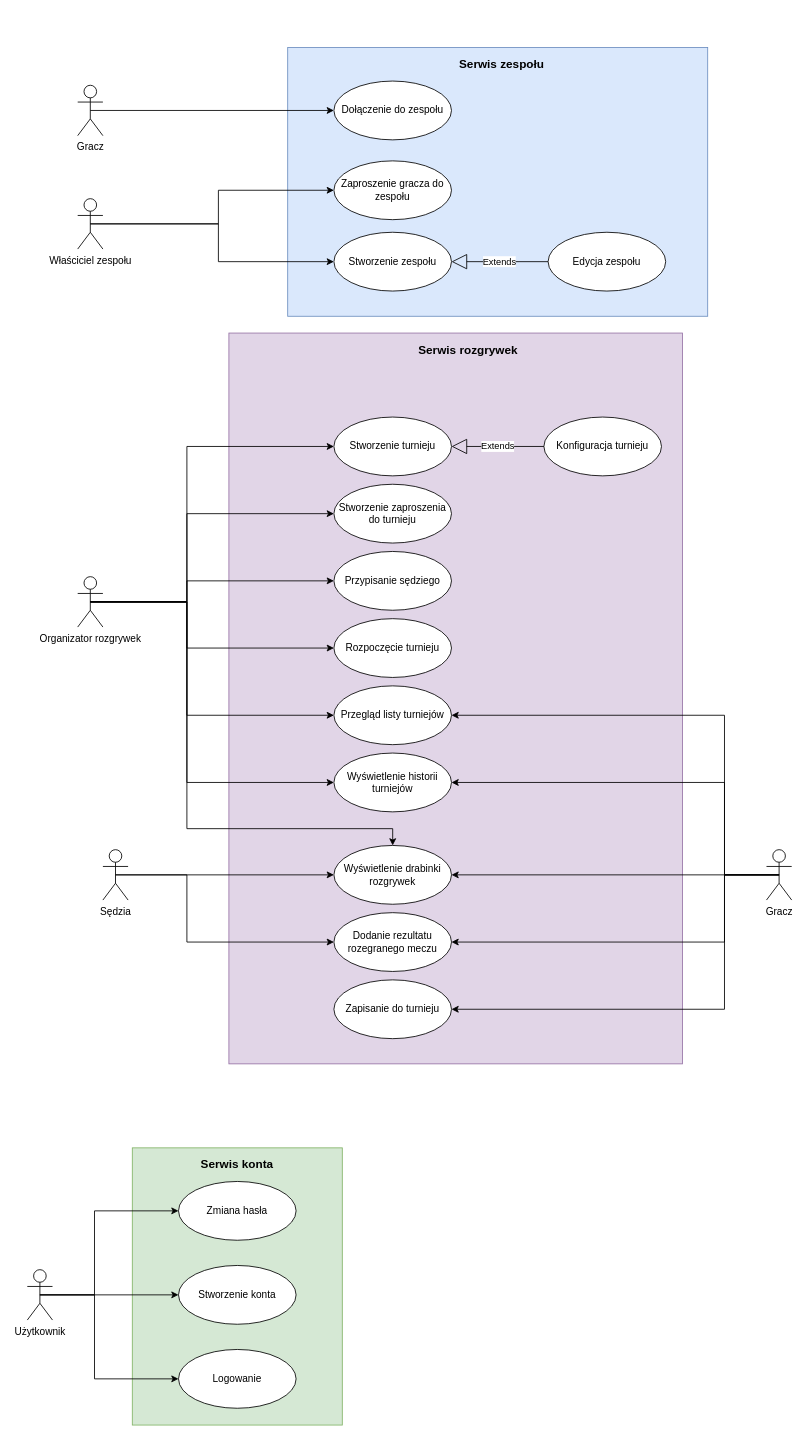
Above: page "Team Service" (1 of 3) of docs/use_cases.drawio in Amadeusz07/playprism (draw.io), before the change. Source tidied: cells renumbered, new cells numbered last; positions are measured from the earlier drawing's top-left corner, leaving out a move shared by most shapes. Both pictures are drawn from the tidied source at 84%, with x=0, y=0 at pixel (27, 47).
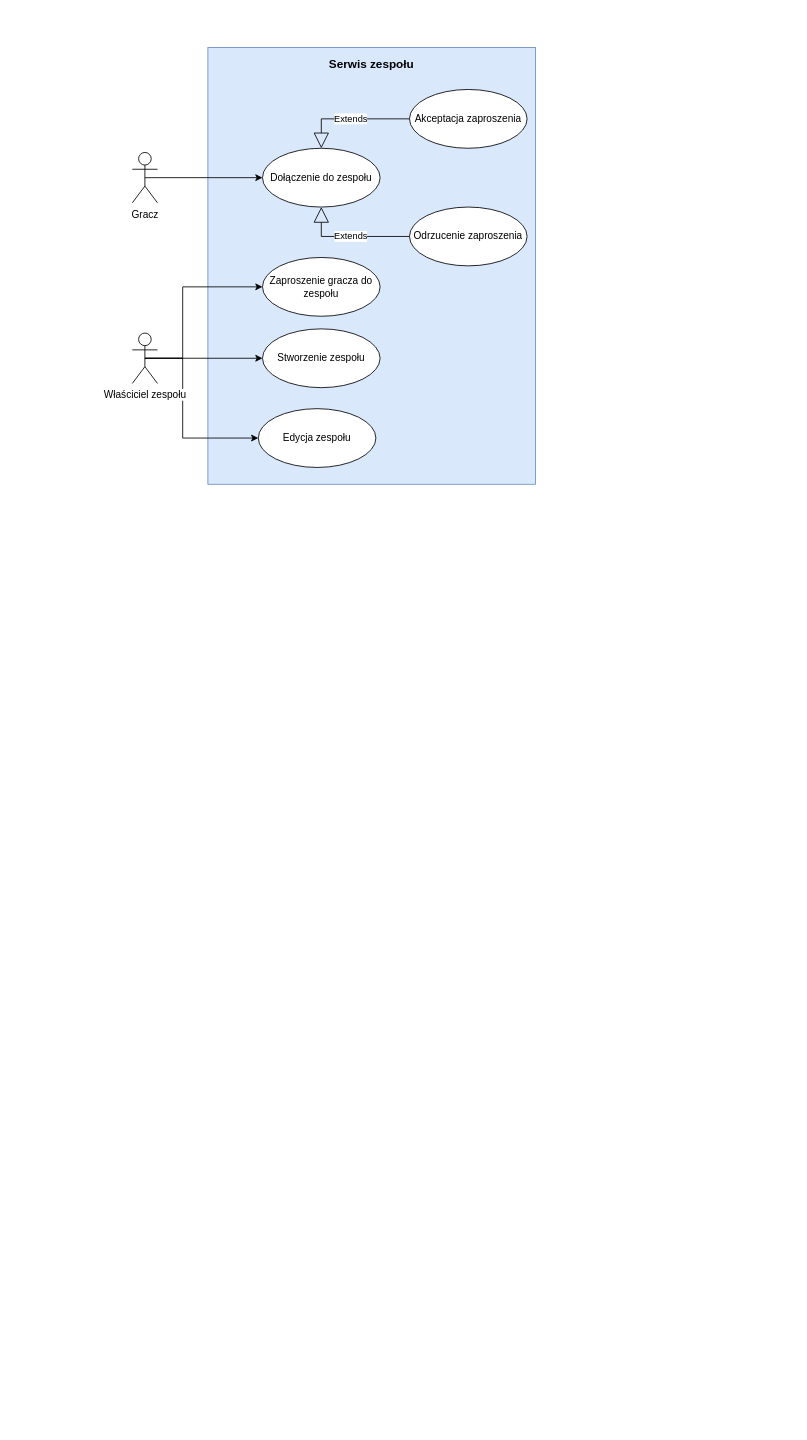
The same diagram, later.

The edit, as a diff of the source:
```diff
@@
-    <mxCell id="2" value="&lt;h2 style=&quot;line-height: 130% ; font-size: 12px&quot;&gt;&lt;br&gt;&lt;/h2&gt;" style="html=1;align=center;fillColor=#e1d5e7;strokeColor=#9673a6;horizontal=1;labelPosition=center;verticalLabelPosition=top;verticalAlign=bottom;fontSize=12;labelBackgroundColor=none;labelBorderColor=none;" parent="1" vertex="1">
-      <mxGeometry x="240" y="340" width="540" height="870" as="geometry" />
-    </mxCell>
-    <mxCell id="3" value="&lt;h3 style=&quot;line-height: 0%&quot;&gt;&lt;br&gt;&lt;/h3&gt;" style="html=1;align=right;fillColor=#d5e8d4;strokeColor=#82b366;imageVerticalAlign=top;rounded=0;" parent="1" vertex="1">
-      <mxGeometry x="125" y="1310" width="250" height="330" as="geometry" />
-    </mxCell>
     <mxCell id="4" value="&lt;h2 style=&quot;line-height: 130% ; font-size: 12px&quot;&gt;&lt;br&gt;&lt;/h2&gt;" style="html=1;align=center;fillColor=#dae8fc;strokeColor=#6c8ebf;horizontal=1;labelPosition=center;verticalLabelPosition=top;verticalAlign=bottom;fontSize=12;labelBackgroundColor=none;labelBorderColor=none;" parent="1" vertex="1">
-      <mxGeometry x="310" width="500" height="320" as="geometry" />
+      <mxGeometry x="215" width="390" height="520" as="geometry" />
     </mxCell>
@@
     <mxCell id="6" value="Gracz" style="shape=umlActor;verticalLabelPosition=bottom;labelBackgroundColor=#ffffff;verticalAlign=top;html=1;outlineConnect=0;" parent="1" vertex="1">
-      <mxGeometry x="60" y="45" width="30" height="60" as="geometry" />
+      <mxGeometry x="125" y="125" width="30" height="60" as="geometry" />
     </mxCell>
     <mxCell id="7" value="Dołączenie do zespołu" style="ellipse;whiteSpace=wrap;html=1;" parent="1" vertex="1">
-      <mxGeometry x="365" y="40" width="140" height="70" as="geometry" />
+      <mxGeometry x="280" y="120" width="140" height="70" as="geometry" />
     </mxCell>
     <mxCell id="8" value="Zaproszenie gracza do zespołu" style="ellipse;whiteSpace=wrap;html=1;" parent="1" vertex="1">
-      <mxGeometry x="365" y="135" width="140" height="70" as="geometry" />
+      <mxGeometry x="280" y="250" width="140" height="70" as="geometry" />
     </mxCell>
     <mxCell id="9" style="edgeStyle=orthogonalEdgeStyle;rounded=0;jettySize=auto;html=1;exitX=0.5;exitY=0.5;exitDx=0;exitDy=0;exitPerimeter=0;entryX=0;entryY=0.5;entryDx=0;entryDy=0;" parent="1" edge="1" source="11" target="8">
-      <mxGeometry relative="1" as="geometry" />
+      <mxGeometry relative="1" as="geometry">
+        <Array as="points">
+          <mxPoint x="185" y="370" />
+          <mxPoint x="185" y="285" />
+        </Array>
+      </mxGeometry>
     </mxCell>
     <mxCell id="10" style="edgeStyle=orthogonalEdgeStyle;rounded=0;jettySize=auto;html=1;exitX=0.5;exitY=0.5;exitDx=0;exitDy=0;exitPerimeter=0;entryX=0;entryY=0.5;entryDx=0;entryDy=0;" parent="1" edge="1" source="11" target="22">
-      <mxGeometry relative="1" as="geometry" />
+      <mxGeometry relative="1" as="geometry">
+        <Array as="points">
+          <mxPoint x="140" y="370" />
+          <mxPoint x="140" y="370" />
+        </Array>
+      </mxGeometry>
     </mxCell>
+    <mxCell id="53" style="edgeStyle=orthogonalEdgeStyle;rounded=0;jettySize=auto;html=1;exitX=0.5;exitY=0.5;exitDx=0;exitDy=0;exitPerimeter=0;entryX=0;entryY=0.5;entryDx=0;entryDy=0;" parent="1" edge="1" source="11" target="35">
+      <mxGeometry relative="1" as="geometry">
+        <Array as="points">
+          <mxPoint x="185" y="370" />
+          <mxPoint x="185" y="465" />
+        </Array>
+      </mxGeometry>
+    </mxCell>
     <mxCell id="11" value="Właściciel zespołu" style="shape=umlActor;verticalLabelPosition=bottom;labelBackgroundColor=#ffffff;verticalAlign=top;html=1;outlineConnect=0;" parent="1" vertex="1">
-      <mxGeometry x="60" y="180" width="30" height="60" as="geometry" />
+      <mxGeometry x="125" y="340" width="30" height="60" as="geometry" />
     </mxCell>
-    <mxCell id="12" style="edgeStyle=orthogonalEdgeStyle;rounded=0;jettySize=auto;html=1;exitX=0.5;exitY=0.5;exitDx=0;exitDy=0;exitPerimeter=0;entryX=0;entryY=0.5;entryDx=0;entryDy=0;" parent="1" edge="1" source="19" target="20">
-      <mxGeometry relative="1" as="geometry">
-        <Array as="points">
-          <mxPoint x="190" y="660" />
-          <mxPoint x="190" y="475" />
-        </Array>
-      </mxGeometry>
-    </mxCell>
-    <mxCell id="13" style="edgeStyle=orthogonalEdgeStyle;rounded=0;jettySize=auto;html=1;exitX=0.5;exitY=0.5;exitDx=0;exitDy=0;exitPerimeter=0;entryX=0;entryY=0.5;entryDx=0;entryDy=0;fontSize=14;" parent="1" edge="1" source="19" target="27">
-      <mxGeometry relative="1" as="geometry">
-        <Array as="points">
-          <mxPoint x="190" y="660" />
-          <mxPoint x="190" y="555" />
-        </Array>
-      </mxGeometry>
-    </mxCell>
-    <mxCell id="14" style="edgeStyle=orthogonalEdgeStyle;rounded=0;jettySize=auto;html=1;exitX=0.5;exitY=0.5;exitDx=0;exitDy=0;exitPerimeter=0;entryX=0;entryY=0.5;entryDx=0;entryDy=0;fontSize=14;" parent="1" edge="1" source="19" target="29">
-      <mxGeometry relative="1" as="geometry">
-        <Array as="points">
-          <mxPoint x="190" y="660" />
-          <mxPoint x="190" y="635" />
-        </Array>
-      </mxGeometry>
-    </mxCell>
-    <mxCell id="15" style="edgeStyle=orthogonalEdgeStyle;rounded=0;jettySize=auto;html=1;exitX=0.5;exitY=0.5;exitDx=0;exitDy=0;exitPerimeter=0;entryX=0;entryY=0.5;entryDx=0;entryDy=0;fontSize=14;" parent="1" edge="1" source="19" target="51">
-      <mxGeometry relative="1" as="geometry">
-        <Array as="points">
-          <mxPoint x="190" y="660" />
-          <mxPoint x="190" y="715" />
-        </Array>
-      </mxGeometry>
-    </mxCell>
-    <mxCell id="16" style="edgeStyle=orthogonalEdgeStyle;rounded=0;jettySize=auto;html=1;exitX=0.5;exitY=0.5;exitDx=0;exitDy=0;exitPerimeter=0;entryX=0;entryY=0.5;entryDx=0;entryDy=0;fontSize=14;" parent="1" edge="1" source="19" target="28">
-      <mxGeometry relative="1" as="geometry">
-        <Array as="points">
-          <mxPoint x="190" y="660" />
-          <mxPoint x="190" y="795" />
-        </Array>
-      </mxGeometry>
-    </mxCell>
-    <mxCell id="17" style="edgeStyle=orthogonalEdgeStyle;rounded=0;jettySize=auto;html=1;exitX=0.5;exitY=0.5;exitDx=0;exitDy=0;exitPerimeter=0;entryX=0;entryY=0.5;entryDx=0;entryDy=0;fontSize=14;" parent="1" edge="1" source="19" target="24">
-      <mxGeometry relative="1" as="geometry">
-        <Array as="points">
-          <mxPoint x="190" y="660" />
-          <mxPoint x="190" y="875" />
-        </Array>
-      </mxGeometry>
-    </mxCell>
-    <mxCell id="18" style="edgeStyle=orthogonalEdgeStyle;rounded=0;jettySize=auto;html=1;exitX=0.5;exitY=0.5;exitDx=0;exitDy=0;exitPerimeter=0;entryX=0.5;entryY=0;entryDx=0;entryDy=0;fontSize=14;" parent="1" edge="1" source="19" target="30">
-      <mxGeometry relative="1" as="geometry">
-        <Array as="points">
-          <mxPoint x="190" y="660" />
-          <mxPoint x="190" y="930" />
-          <mxPoint x="435" y="930" />
-        </Array>
-      </mxGeometry>
-    </mxCell>
-    <mxCell id="19" value="Organizator rozgrywek" style="shape=umlActor;verticalLabelPosition=bottom;labelBackgroundColor=#ffffff;verticalAlign=top;html=1;outlineConnect=0;" parent="1" vertex="1">
-      <mxGeometry x="60" y="630" width="30" height="60" as="geometry" />
-    </mxCell>
-    <mxCell id="20" value="Stworzenie turnieju" style="ellipse;whiteSpace=wrap;html=1;" parent="1" vertex="1">
-      <mxGeometry x="365" y="440" width="140" height="70" as="geometry" />
-    </mxCell>
-    <mxCell id="21" value="Konfiguracja turnieju" style="ellipse;whiteSpace=wrap;html=1;" parent="1" vertex="1">
-      <mxGeometry x="615" y="440" width="140" height="70" as="geometry" />
-    </mxCell>
     <mxCell id="22" value="Stworzenie zespołu" style="ellipse;whiteSpace=wrap;html=1;" parent="1" vertex="1">
-      <mxGeometry x="365" y="220" width="140" height="70" as="geometry" />
+      <mxGeometry x="280" y="335" width="140" height="70" as="geometry" />
     </mxCell>
-    <mxCell id="23" value="Zmiana hasła" style="ellipse;whiteSpace=wrap;html=1;" parent="1" vertex="1">
-      <mxGeometry x="180" y="1350" width="140" height="70" as="geometry" />
-    </mxCell>
-    <mxCell id="24" value="Wyświetlenie historii turniejów" style="ellipse;whiteSpace=wrap;html=1;" parent="1" vertex="1">
-      <mxGeometry x="365" y="840" width="140" height="70" as="geometry" />
-    </mxCell>
-    <mxCell id="25" value="Stworzenie konta" style="ellipse;whiteSpace=wrap;html=1;" parent="1" vertex="1">
-      <mxGeometry x="180" y="1450" width="140" height="70" as="geometry" />
-    </mxCell>
-    <mxCell id="26" value="Logowanie" style="ellipse;whiteSpace=wrap;html=1;" parent="1" vertex="1">
-      <mxGeometry x="180" y="1550" width="140" height="70" as="geometry" />
-    </mxCell>
-    <mxCell id="27" value="Stworzenie zaproszenia do turnieju" style="ellipse;whiteSpace=wrap;html=1;" parent="1" vertex="1">
-      <mxGeometry x="365" y="520" width="140" height="70" as="geometry" />
-    </mxCell>
-    <mxCell id="28" value="Przegląd listy turniejów" style="ellipse;whiteSpace=wrap;html=1;" parent="1" vertex="1">
-      <mxGeometry x="365" y="760" width="140" height="70" as="geometry" />
-    </mxCell>
-    <mxCell id="29" value="Przypisanie sędziego" style="ellipse;whiteSpace=wrap;html=1;" parent="1" vertex="1">
-      <mxGeometry x="365" y="600" width="140" height="70" as="geometry" />
-    </mxCell>
-    <mxCell id="30" value="Wyświetlenie drabinki rozgrywek" style="ellipse;whiteSpace=wrap;html=1;" parent="1" vertex="1">
-      <mxGeometry x="365" y="950" width="140" height="70" as="geometry" />
-    </mxCell>
-    <mxCell id="31" value="Dodanie rezultatu rozegranego meczu" style="ellipse;whiteSpace=wrap;html=1;" parent="1" vertex="1">
-      <mxGeometry x="365" y="1030" width="140" height="70" as="geometry" />
-    </mxCell>
-    <mxCell id="32" value="Zapisanie do turnieju" style="ellipse;whiteSpace=wrap;html=1;" parent="1" vertex="1">
-      <mxGeometry x="365" y="1110" width="140" height="70" as="geometry" />
-    </mxCell>
-    <mxCell id="33" value="Extends" style="endArrow=block;endSize=16;endFill=0;html=1;entryX=1;entryY=0.5;entryDx=0;entryDy=0;exitX=0;exitY=0.5;exitDx=0;exitDy=0;" parent="1" edge="1" source="21" target="20">
-      <mxGeometry relative="1" as="geometry" />
-    </mxCell>
-    <mxCell id="34" value="Extends" style="endArrow=block;endSize=16;endFill=0;html=1;entryX=1;entryY=0.5;entryDx=0;entryDy=0;exitX=0;exitY=0.5;exitDx=0;exitDy=0;" parent="1" edge="1" source="35" target="22">
-      <mxGeometry relative="1" as="geometry" />
-    </mxCell>
     <mxCell id="35" value="Edycja zespołu" style="ellipse;whiteSpace=wrap;html=1;" parent="1" vertex="1">
-      <mxGeometry x="620" y="220" width="140" height="70" as="geometry" />
+      <mxGeometry x="275" y="430" width="140" height="70" as="geometry" />
     </mxCell>
-    <mxCell id="36" style="edgeStyle=orthogonalEdgeStyle;rounded=0;jettySize=auto;html=1;exitX=0.5;exitY=0.5;exitDx=0;exitDy=0;exitPerimeter=0;entryX=1;entryY=0.5;entryDx=0;entryDy=0;fontSize=14;" parent="1" edge="1" source="41" target="31">
-      <mxGeometry relative="1" as="geometry">
-        <Array as="points">
-          <mxPoint x="830" y="985" />
-          <mxPoint x="830" y="1065" />
-        </Array>
-      </mxGeometry>
-    </mxCell>
-    <mxCell id="37" style="edgeStyle=orthogonalEdgeStyle;rounded=0;jettySize=auto;html=1;exitX=0.5;exitY=0.5;exitDx=0;exitDy=0;exitPerimeter=0;entryX=1;entryY=0.5;entryDx=0;entryDy=0;fontSize=14;" parent="1" edge="1" source="41" target="32">
-      <mxGeometry relative="1" as="geometry">
-        <Array as="points">
-          <mxPoint x="830" y="985" />
-          <mxPoint x="830" y="1145" />
-        </Array>
-      </mxGeometry>
-    </mxCell>
-    <mxCell id="38" style="edgeStyle=orthogonalEdgeStyle;rounded=0;jettySize=auto;html=1;exitX=0.5;exitY=0.5;exitDx=0;exitDy=0;exitPerimeter=0;entryX=1;entryY=0.5;entryDx=0;entryDy=0;fontSize=14;" parent="1" edge="1" source="41" target="30">
-      <mxGeometry relative="1" as="geometry">
-        <Array as="points">
-          <mxPoint x="860" y="985" />
-          <mxPoint x="860" y="985" />
-        </Array>
-      </mxGeometry>
-    </mxCell>
-    <mxCell id="39" style="edgeStyle=orthogonalEdgeStyle;rounded=0;jettySize=auto;html=1;exitX=0.5;exitY=0.5;exitDx=0;exitDy=0;exitPerimeter=0;entryX=1;entryY=0.5;entryDx=0;entryDy=0;fontSize=14;" parent="1" edge="1" source="41" target="24">
-      <mxGeometry relative="1" as="geometry">
-        <Array as="points">
-          <mxPoint x="830" y="985" />
-          <mxPoint x="830" y="875" />
-        </Array>
-      </mxGeometry>
-    </mxCell>
-    <mxCell id="40" style="edgeStyle=orthogonalEdgeStyle;rounded=0;jettySize=auto;html=1;exitX=0.5;exitY=0.5;exitDx=0;exitDy=0;exitPerimeter=0;entryX=1;entryY=0.5;entryDx=0;entryDy=0;fontSize=14;" parent="1" edge="1" source="41" target="28">
-      <mxGeometry relative="1" as="geometry">
-        <Array as="points">
-          <mxPoint x="830" y="985" />
-          <mxPoint x="830" y="795" />
-        </Array>
-      </mxGeometry>
-    </mxCell>
-    <mxCell id="41" value="Gracz" style="shape=umlActor;verticalLabelPosition=bottom;labelBackgroundColor=#ffffff;verticalAlign=top;html=1;outlineConnect=0;" parent="1" vertex="1">
-      <mxGeometry x="880" y="955" width="30" height="60" as="geometry" />
-    </mxCell>
-    <mxCell id="42" style="edgeStyle=orthogonalEdgeStyle;rounded=0;jettySize=auto;html=1;exitX=0.5;exitY=0.5;exitDx=0;exitDy=0;exitPerimeter=0;entryX=0;entryY=0.5;entryDx=0;entryDy=0;fontSize=14;" parent="1" edge="1" source="44" target="30">
-      <mxGeometry relative="1" as="geometry" />
-    </mxCell>
-    <mxCell id="43" style="edgeStyle=orthogonalEdgeStyle;rounded=0;jettySize=auto;html=1;exitX=0.5;exitY=0.5;exitDx=0;exitDy=0;exitPerimeter=0;entryX=0;entryY=0.5;entryDx=0;entryDy=0;fontSize=14;" parent="1" edge="1" source="44" target="31">
-      <mxGeometry relative="1" as="geometry">
-        <Array as="points">
-          <mxPoint x="190" y="985" />
-          <mxPoint x="190" y="1065" />
-        </Array>
-      </mxGeometry>
-    </mxCell>
-    <mxCell id="44" value="Sędzia" style="shape=umlActor;verticalLabelPosition=bottom;labelBackgroundColor=#ffffff;verticalAlign=top;html=1;outlineConnect=0;" parent="1" vertex="1">
-      <mxGeometry x="90" y="955" width="30" height="60" as="geometry" />
-    </mxCell>
-    <mxCell id="45" style="edgeStyle=orthogonalEdgeStyle;rounded=0;jettySize=auto;html=1;exitX=0.5;exitY=0.5;exitDx=0;exitDy=0;exitPerimeter=0;entryX=0;entryY=0.5;entryDx=0;entryDy=0;" parent="1" edge="1" source="48" target="23">
-      <mxGeometry relative="1" as="geometry">
-        <Array as="points">
-          <mxPoint x="80" y="1485" />
-          <mxPoint x="80" y="1385" />
-        </Array>
-      </mxGeometry>
-    </mxCell>
-    <mxCell id="46" style="edgeStyle=orthogonalEdgeStyle;rounded=0;jettySize=auto;html=1;exitX=0.5;exitY=0.5;exitDx=0;exitDy=0;exitPerimeter=0;entryX=0;entryY=0.5;entryDx=0;entryDy=0;" parent="1" edge="1" source="48" target="25">
-      <mxGeometry relative="1" as="geometry" />
-    </mxCell>
-    <mxCell id="47" style="edgeStyle=orthogonalEdgeStyle;rounded=0;jettySize=auto;html=1;exitX=0.5;exitY=0.5;exitDx=0;exitDy=0;exitPerimeter=0;entryX=0;entryY=0.5;entryDx=0;entryDy=0;" parent="1" edge="1" source="48" target="26">
-      <mxGeometry relative="1" as="geometry">
-        <Array as="points">
-          <mxPoint x="80" y="1485" />
-          <mxPoint x="80" y="1585" />
-        </Array>
-      </mxGeometry>
-    </mxCell>
-    <mxCell id="48" value="Użytkownik" style="shape=umlActor;verticalLabelPosition=bottom;labelBackgroundColor=#ffffff;verticalAlign=top;html=1;outlineConnect=0;" parent="1" vertex="1">
-      <mxGeometry y="1455" width="30" height="60" as="geometry" />
-    </mxCell>
     <mxCell id="49" value="Serwis zespołu" style="text;html=1;strokeColor=none;fillColor=none;align=center;verticalAlign=middle;whiteSpace=wrap;rounded=0;labelBackgroundColor=none;fontSize=14;fontStyle=1;" parent="1" vertex="1">
-      <mxGeometry x="505" width="120" height="40" as="geometry" />
+      <mxGeometry x="350" width="120" height="40" as="geometry" />
     </mxCell>
-    <mxCell id="50" value="Serwis konta" style="text;html=1;strokeColor=none;fillColor=none;align=center;verticalAlign=middle;whiteSpace=wrap;rounded=0;labelBackgroundColor=none;fontSize=14;fontStyle=1;" parent="1" vertex="1">
-      <mxGeometry x="190" y="1310" width="120" height="40" as="geometry" />
-    </mxCell>
-    <mxCell id="51" value="Rozpoczęcie turnieju" style="ellipse;whiteSpace=wrap;html=1;" parent="1" vertex="1">
-      <mxGeometry x="365" y="680" width="140" height="70" as="geometry" />
-    </mxCell>
-    <mxCell id="52" value="Serwis rozgrywek" style="text;html=1;strokeColor=none;fillColor=none;align=center;verticalAlign=middle;whiteSpace=wrap;rounded=0;labelBackgroundColor=none;fontSize=14;fontStyle=1;" parent="1" vertex="1">
-      <mxGeometry x="450" y="340" width="150" height="40" as="geometry" />
-    </mxCell>
+    <mxCell id="54" value="Extends" style="endArrow=block;endSize=16;endFill=0;html=1;entryX=0.5;entryY=0;entryDx=0;entryDy=0;exitX=0;exitY=0.5;exitDx=0;exitDy=0;rounded=0;" parent="1" edge="1" source="55" target="7">
+      <mxGeometry relative="1" as="geometry">
+        <Array as="points">
+          <mxPoint x="350" y="85" />
+        </Array>
+      </mxGeometry>
+    </mxCell>
+    <mxCell id="55" value="Akceptacja zaproszenia" style="ellipse;whiteSpace=wrap;html=1;" parent="1" vertex="1">
+      <mxGeometry x="455" y="50" width="140" height="70" as="geometry" />
+    </mxCell>
+    <mxCell id="56" value="Odrzucenie zaproszenia" style="ellipse;whiteSpace=wrap;html=1;" parent="1" vertex="1">
+      <mxGeometry x="455" y="190" width="140" height="70" as="geometry" />
+    </mxCell>
+    <mxCell id="57" value="Extends" style="endArrow=block;endSize=16;endFill=0;html=1;entryX=0.5;entryY=1;entryDx=0;entryDy=0;exitX=0;exitY=0.5;exitDx=0;exitDy=0;rounded=0;" parent="1" edge="1" source="56" target="7">
+      <mxGeometry relative="1" as="geometry">
+        <Array as="points">
+          <mxPoint x="350" y="225" />
+        </Array>
+      </mxGeometry>
+    </mxCell>
```
